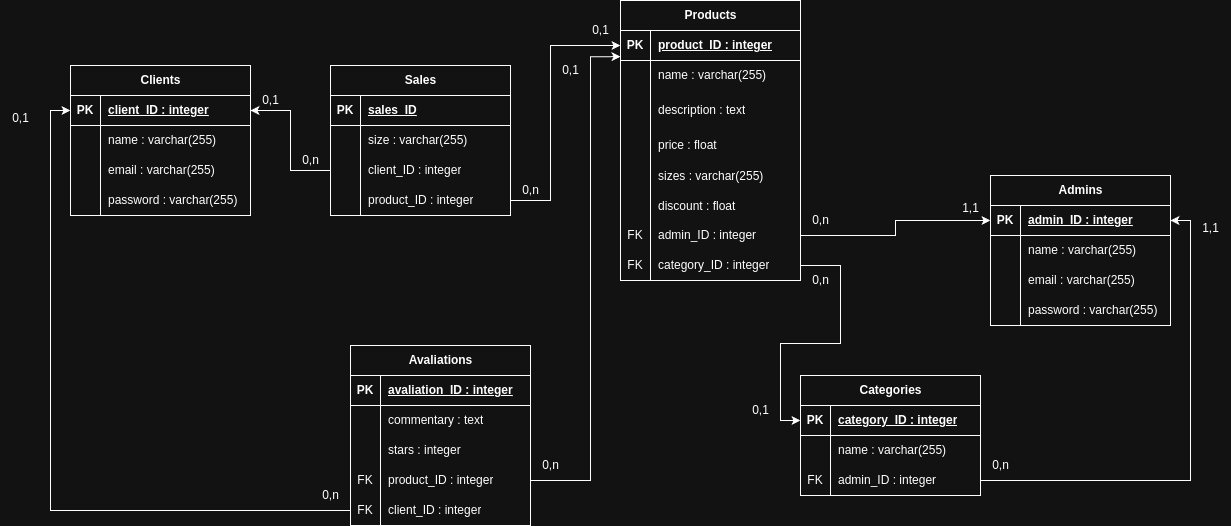
Earlier version of the draw.io export docs/db/KpEsportes_DB_MR.png (Alysson-Chrysthian/Kp-Esportes_Backend). Source tidied: cells renumbered, new cells last; positions are measured from the earlier drawing's top-left corner, leaving out a move shared by most shapes.
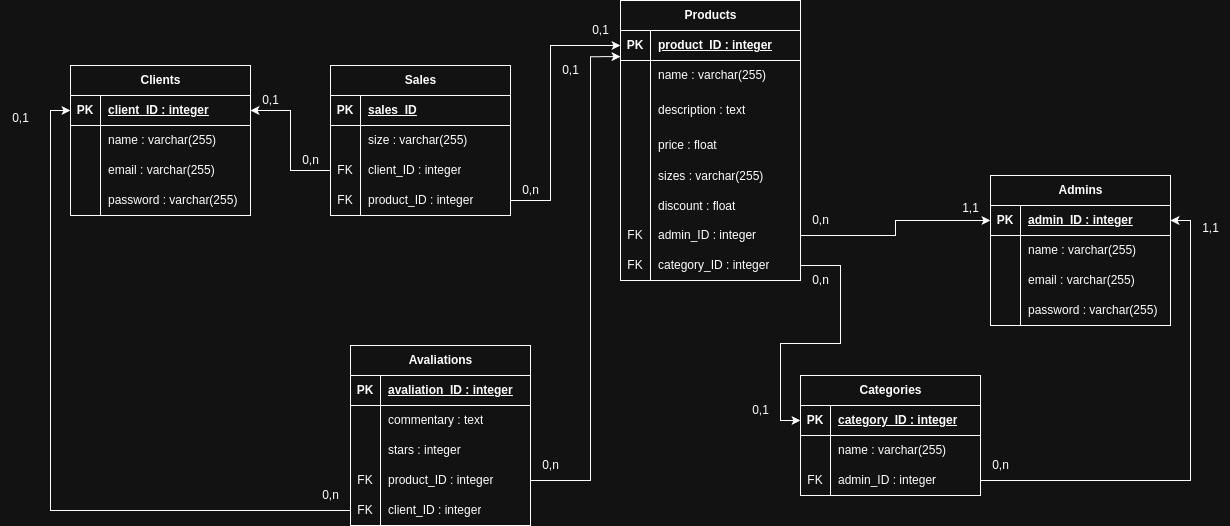
The same diagram one commit later.

Change to the diagram source:
```diff
@@ -179,7 +179,7 @@
     <mxCell id="60" style="shape=tableRow;horizontal=0;startSize=0;swimlaneHead=0;swimlaneBody=0;fillColor=none;points=[[0,0.5],[1,0.5]];portConstraint=eastwest;top=0;left=0;right=0;bottom=0;" parent="53" vertex="1">
       <mxGeometry y="90" width="180" height="30" as="geometry" />
     </mxCell>
-    <mxCell id="61" style="shape=partialRectangle;fillColor=none;top=0;left=0;bottom=0;right=0;overflow=hidden;whiteSpace=wrap;html=1;" parent="60" vertex="1">
+    <mxCell id="61" value="FK" style="shape=partialRectangle;fillColor=none;top=0;left=0;bottom=0;right=0;overflow=hidden;whiteSpace=wrap;html=1;" parent="60" vertex="1">
       <mxGeometry width="30" height="30" as="geometry" />
     </mxCell>
     <mxCell id="62" value="client_ID : integer" style="shape=partialRectangle;fillColor=none;top=0;left=0;bottom=0;right=0;align=left;spacingLeft=6;overflow=hidden;whiteSpace=wrap;html=1;" parent="60" vertex="1">
@@ -188,7 +188,7 @@
     <mxCell id="63" style="shape=tableRow;horizontal=0;startSize=0;swimlaneHead=0;swimlaneBody=0;fillColor=none;points=[[0,0.5],[1,0.5]];portConstraint=eastwest;top=0;left=0;right=0;bottom=0;" parent="53" vertex="1">
       <mxGeometry y="120" width="180" height="30" as="geometry" />
     </mxCell>
-    <mxCell id="64" style="shape=partialRectangle;fillColor=none;top=0;left=0;bottom=0;right=0;overflow=hidden;whiteSpace=wrap;html=1;" parent="63" vertex="1">
+    <mxCell id="64" value="FK" style="shape=partialRectangle;fillColor=none;top=0;left=0;bottom=0;right=0;overflow=hidden;whiteSpace=wrap;html=1;" parent="63" vertex="1">
       <mxGeometry width="30" height="30" as="geometry" />
     </mxCell>
     <mxCell id="65" value="product_ID : integer" style="shape=partialRectangle;fillColor=none;top=0;left=0;bottom=0;right=0;align=left;spacingLeft=6;overflow=hidden;whiteSpace=wrap;html=1;" parent="63" vertex="1">
```
